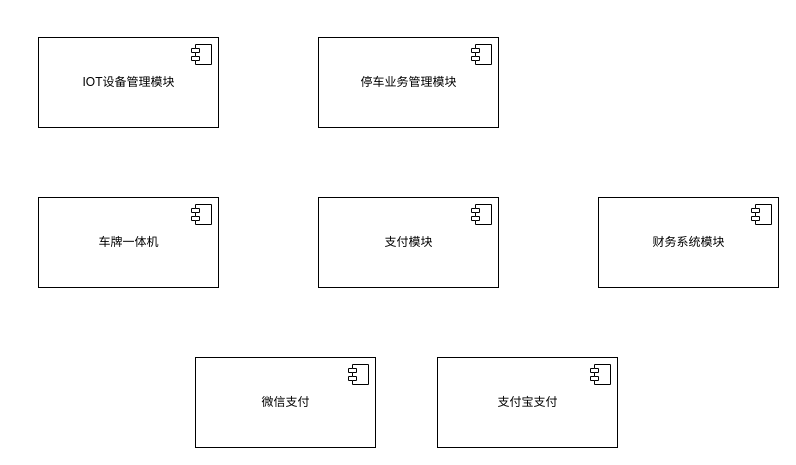
Before: page "总体系统接口交互图" (2 of 2) of hg/sm@rtpark/Untitled Diagram.drawio in yywyuwei/BusinessProcess, a draw.io diagram. Source tidied: cells renumbered, new cells numbered last; positions are measured from the earlier drawing's top-left corner, leaving out a move shared by most shapes. Both pictures are drawn from the tidied source at 100%, with x=0, y=0 at pixel (38, 37).
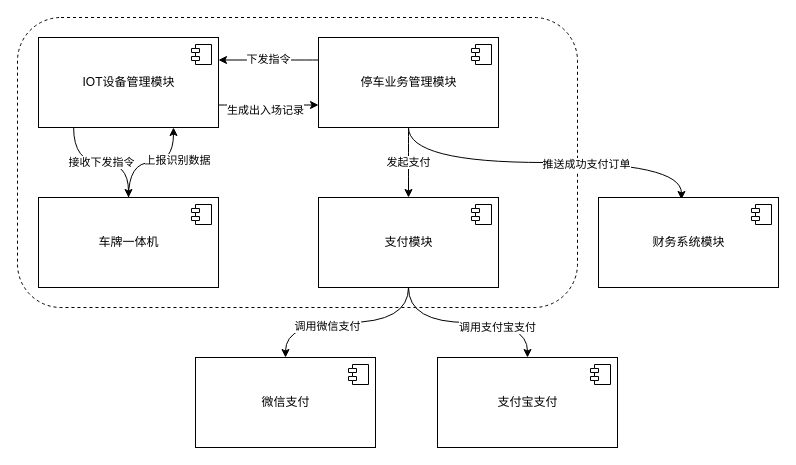
Above is the later version.

Unchanged cells that the change refers to:
```xml
<mxCell id="2" value="停车业务管理模块" style="html=1;rounded=0;shadow=0;glass=0;sketch=0;align=center;verticalAlign=middle;" parent="1" vertex="1">
  <mxGeometry x="280" width="180" height="90" as="geometry" />
</mxCell>
<mxCell id="4" value="IOT设备管理模块" style="html=1;rounded=0;shadow=0;glass=0;sketch=0;align=center;verticalAlign=middle;" parent="1" vertex="1">
  <mxGeometry width="180" height="90" as="geometry" />
</mxCell>
<mxCell id="6" value="支付模块" style="html=1;rounded=0;shadow=0;glass=0;sketch=0;align=center;verticalAlign=middle;" parent="1" vertex="1">
  <mxGeometry x="280" y="160" width="180" height="90" as="geometry" />
</mxCell>
<mxCell id="8" value="车牌一体机" style="html=1;rounded=0;shadow=0;glass=0;sketch=0;align=center;verticalAlign=middle;" parent="1" vertex="1">
  <mxGeometry y="160" width="180" height="90" as="geometry" />
</mxCell>
<mxCell id="10" value="微信支付" style="html=1;rounded=0;shadow=0;glass=0;sketch=0;align=center;verticalAlign=middle;" parent="1" vertex="1">
  <mxGeometry x="157" y="320" width="180" height="90" as="geometry" />
</mxCell>
<mxCell id="12" value="支付宝支付" style="html=1;rounded=0;shadow=0;glass=0;sketch=0;align=center;verticalAlign=middle;" parent="1" vertex="1">
  <mxGeometry x="399" y="320" width="180" height="90" as="geometry" />
</mxCell>
<mxCell id="14" value="财务系统模块" style="html=1;rounded=0;shadow=0;glass=0;sketch=0;align=center;verticalAlign=middle;" parent="1" vertex="1">
  <mxGeometry x="560" y="160" width="180" height="90" as="geometry" />
</mxCell>
```

Diff of the diagram source:
```diff
@@
+    <mxCell id="16" style="rounded=1;whiteSpace=wrap;html=1;shadow=0;glass=0;sketch=0;align=center;verticalAlign=middle;dashed=1;" parent="1" vertex="1">
+      <mxGeometry x="-21" y="-20" width="560" height="290" as="geometry" />
+    </mxCell>
+    <mxCell id="17" value="发起支付" style="edgeStyle=orthogonalEdgeStyle;curved=1;rounded=0;jettySize=auto;html=1;exitX=0.5;exitY=1;exitDx=0;exitDy=0;" parent="1" edge="1" source="2" target="6">
+      <mxGeometry relative="1" as="geometry" />
+    </mxCell>
+    <mxCell id="18" value="下发指令" style="edgeStyle=orthogonalEdgeStyle;curved=1;rounded=0;jettySize=auto;html=1;exitX=0;exitY=0.25;exitDx=0;exitDy=0;entryX=1;entryY=0.25;entryDx=0;entryDy=0;" parent="1" edge="1" source="2" target="4">
+      <mxGeometry relative="1" as="geometry" />
+    </mxCell>
+    <mxCell id="19" style="edgeStyle=orthogonalEdgeStyle;curved=1;rounded=0;jettySize=auto;html=1;entryX=0.461;entryY=0.022;entryDx=0;entryDy=0;entryPerimeter=0;exitX=0.5;exitY=1;exitDx=0;exitDy=0;" parent="1" edge="1" source="2" target="14">
+      <mxGeometry relative="1" as="geometry" />
+    </mxCell>
+    <mxCell id="20" value="&lt;span&gt;推送成功支付订单&lt;/span&gt;" style="edgeLabel;html=1;align=center;verticalAlign=middle;" parent="19" vertex="1">
+      <mxGeometry x="0.23" y="-1" relative="1" as="geometry" />
+    </mxCell>
@@
+    <mxCell id="21" style="edgeStyle=elbowEdgeStyle;rounded=0;jettySize=auto;html=1;exitX=0.5;exitY=1;exitDx=0;exitDy=0;" parent="1" edge="1" source="4">
+      <mxGeometry relative="1" as="geometry">
+        <mxPoint x="90" y="60.6" as="targetPoint" />
+      </mxGeometry>
+    </mxCell>
+    <mxCell id="22" value="接收下发指令" style="edgeStyle=orthogonalEdgeStyle;curved=1;rounded=0;jettySize=auto;html=1;exitX=0.195;exitY=0.994;exitDx=0;exitDy=0;exitPerimeter=0;entryX=0.5;entryY=0;entryDx=0;entryDy=0;" parent="1" edge="1" source="4" target="8">
+      <mxGeometry relative="1" as="geometry" />
+    </mxCell>
+    <mxCell id="23" style="edgeStyle=orthogonalEdgeStyle;curved=1;rounded=0;jettySize=auto;html=1;exitX=1;exitY=0.75;exitDx=0;exitDy=0;entryX=0;entryY=0.75;entryDx=0;entryDy=0;" parent="1" edge="1" source="4" target="2">
+      <mxGeometry relative="1" as="geometry" />
+    </mxCell>
+    <mxCell id="24" value="&lt;div&gt;生成出入场记录&lt;/div&gt;" style="edgeLabel;html=1;align=center;verticalAlign=middle;" parent="23" vertex="1">
+      <mxGeometry x="0.3" y="-5" relative="1" as="geometry">
+        <mxPoint x="-19" as="offset" />
+      </mxGeometry>
+    </mxCell>
@@
+    <mxCell id="25" style="edgeStyle=orthogonalEdgeStyle;curved=1;rounded=0;jettySize=auto;html=1;exitX=0.5;exitY=1;exitDx=0;exitDy=0;exitPerimeter=0;" parent="1" edge="1" source="6" target="10">
+      <mxGeometry relative="1" as="geometry" />
+    </mxCell>
+    <mxCell id="26" value="调用微信支付" style="edgeLabel;html=1;align=center;verticalAlign=middle;" parent="25" vertex="1">
+      <mxGeometry x="0.21" y="3" relative="1" as="geometry" />
+    </mxCell>
+    <mxCell id="27" style="edgeStyle=orthogonalEdgeStyle;curved=1;rounded=0;jettySize=auto;html=1;exitX=0.5;exitY=1;exitDx=0;exitDy=0;" parent="1" edge="1" source="6" target="12">
+      <mxGeometry relative="1" as="geometry">
+        <Array as="points">
+          <mxPoint x="370" y="285" />
+          <mxPoint x="489" y="285" />
+        </Array>
+      </mxGeometry>
+    </mxCell>
+    <mxCell id="28" value="调用支付宝支付" style="edgeLabel;html=1;align=center;verticalAlign=middle;" parent="27" vertex="1">
+      <mxGeometry x="0.3" y="-4" relative="1" as="geometry" />
+    </mxCell>
@@
+    <mxCell id="29" style="edgeStyle=orthogonalEdgeStyle;curved=1;rounded=0;jettySize=auto;html=1;exitX=0.5;exitY=0;exitDx=0;exitDy=0;entryX=0.75;entryY=1;entryDx=0;entryDy=0;" parent="1" edge="1" source="8" target="4">
+      <mxGeometry relative="1" as="geometry" />
+    </mxCell>
+    <mxCell id="30" value="上报识别数据" style="edgeLabel;html=1;align=center;verticalAlign=middle;" parent="29" vertex="1">
+      <mxGeometry x="0.26" y="3" relative="1" as="geometry">
+        <mxPoint x="11" as="offset" />
+      </mxGeometry>
+    </mxCell>
```
